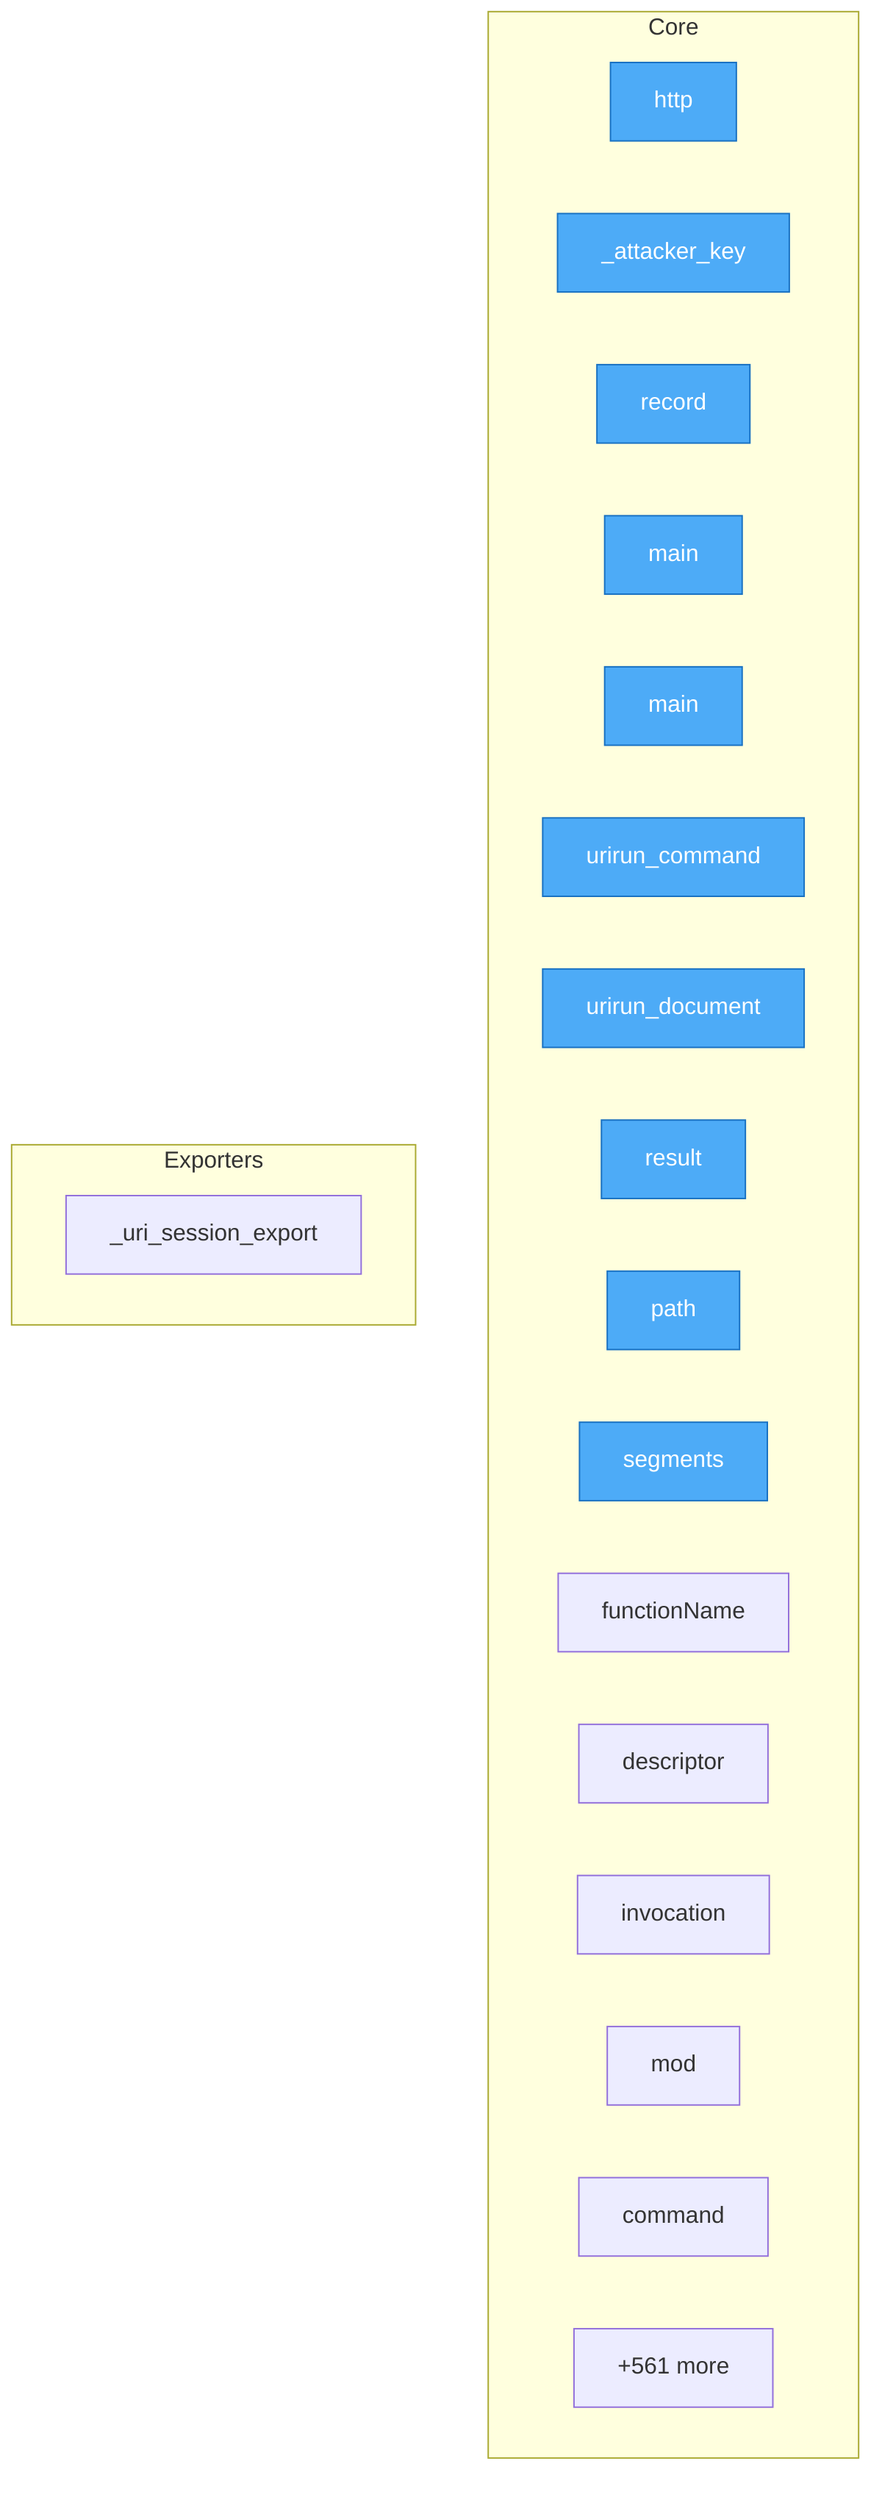
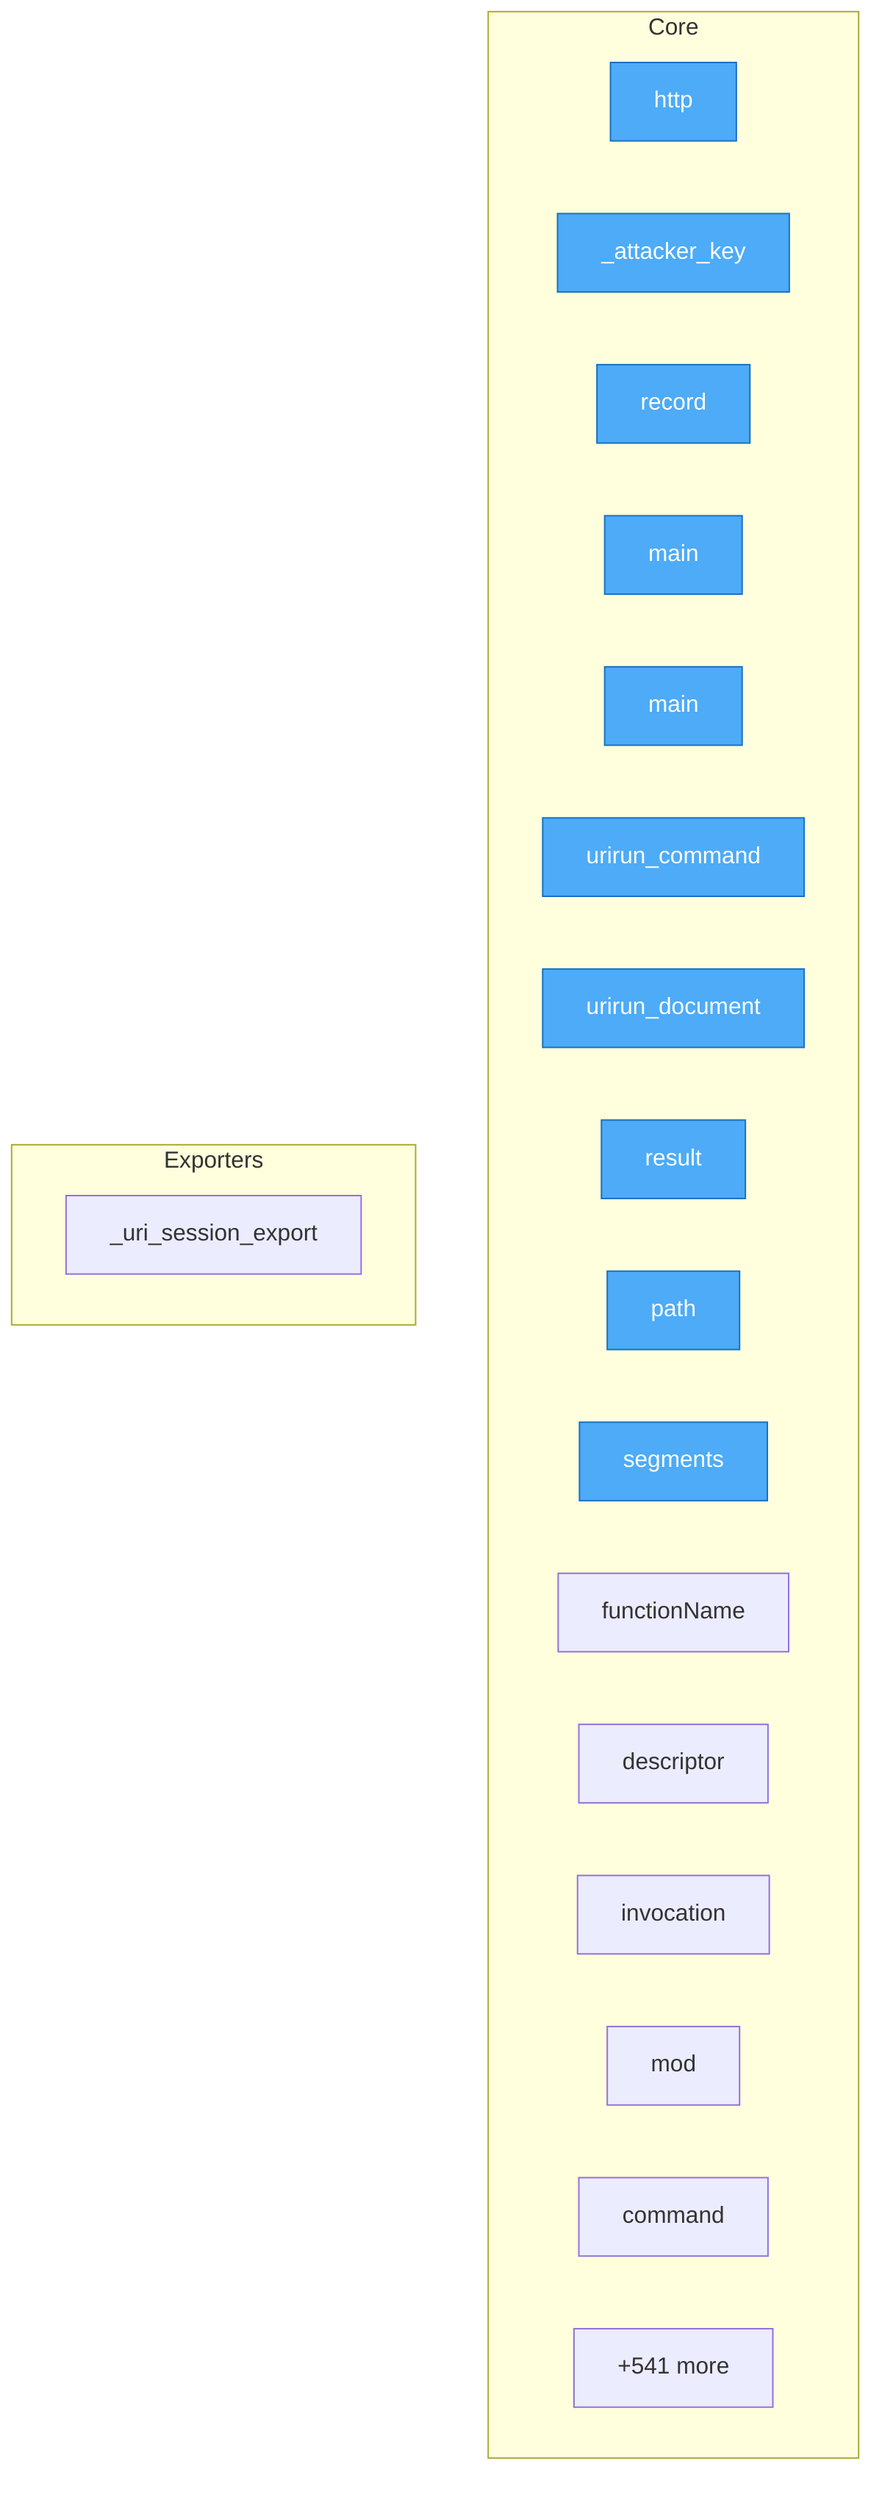
flowchart TD
- %% generated in 0.04s
+ %% generated in 0.03s

    %% Entry points (blue)
    classDef entry fill:#4dabf7,stroke:#1971c2,color:#fff

    subgraph Core
        security__mesh_probe__probe__http["http"]
        security__mesh_probe__probe___attacker_key["_attacker_key"]
        security__mesh_probe__probe__record["record"]
        adapters__conformance__main["main"]
        adapters__new_connector__main["main"]
        adapters__bash__urirun__urirun_command["urirun_command"]
        adapters__bash__urirun__urirun_document["urirun_document"]
        adapters__js__index__test__result["result"]
        adapters__js__path["path"]
        adapters__js__segments["segments"]
        adapters__js__functionName["functionName"]
        adapters__js__descriptor["descriptor"]
        adapters__js__invocation["invocation"]
        adapters__js__mod["mod"]
        adapters__java__Urirun__Urirun__command["command"]
-         ...["+561 more"]
+         ...["+541 more"]
    end

    subgraph Exporters
        adapters__python__urirun__node__skill___uri_session_export["_uri_session_export"]
    end

    class security__mesh_probe__probe__http,security__mesh_probe__probe___attacker_key,security__mesh_probe__probe__record,adapters__conformance__main,adapters__new_connector__main,adapters__bash__urirun__urirun_command,adapters__bash__urirun__urirun_document,adapters__js__index__test__result,adapters__js__path,adapters__js__segments entry
